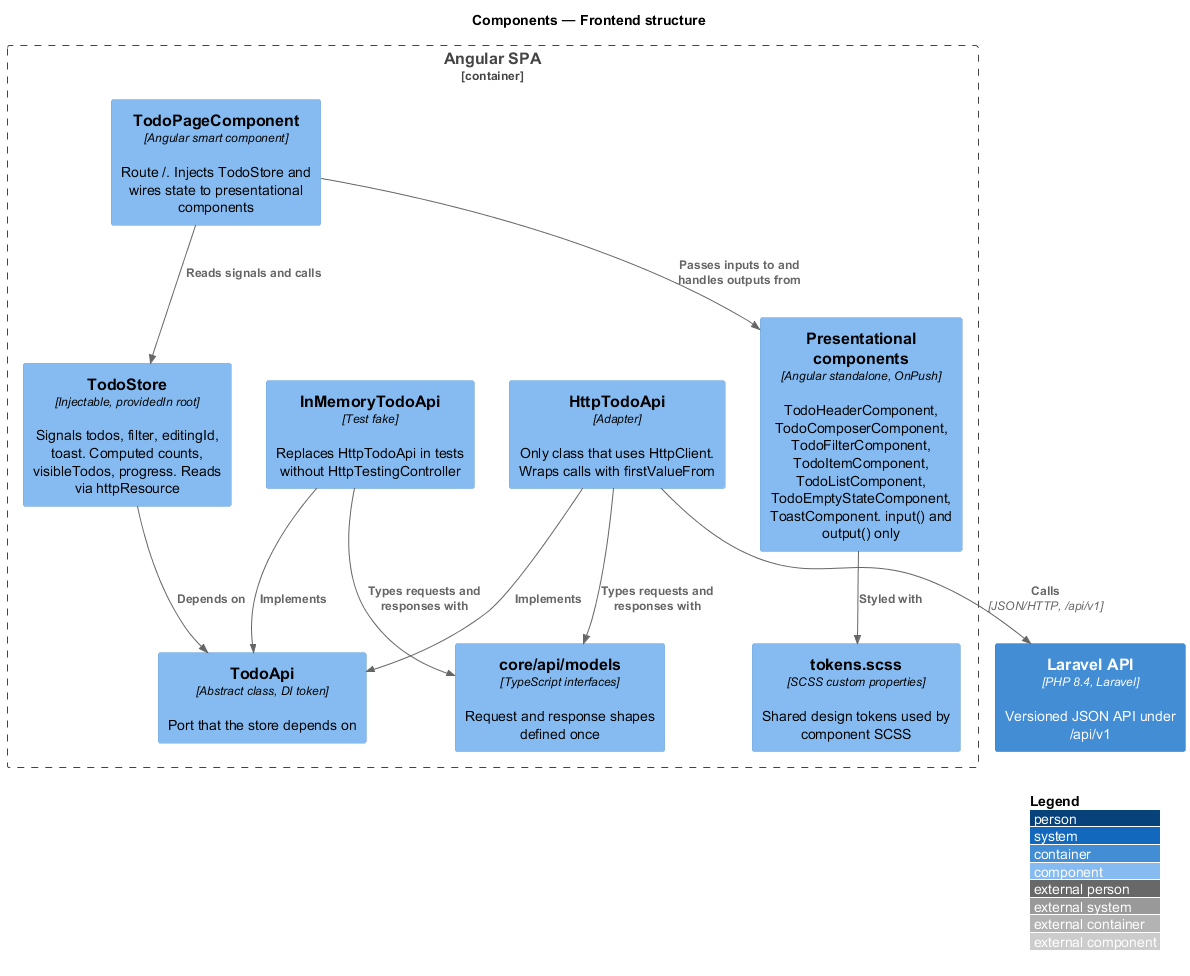
Earlier version of the PlantUML export docs/detailed-designs/architecture/frontend-structure/diagrams/c4-component.png (QuinntyneBrown/php-todo-lab).
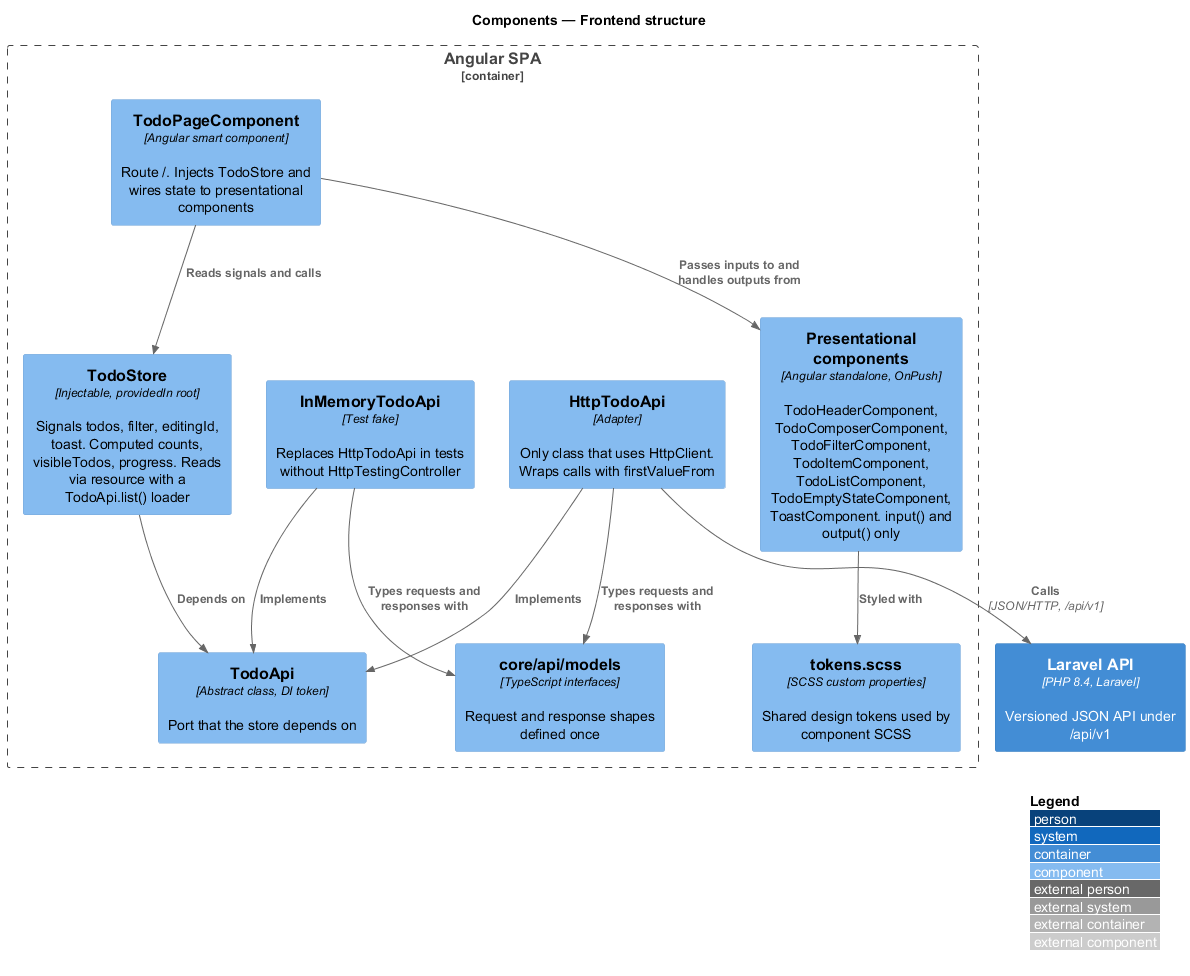
After the commit.

What changed in the source:
```diff
@@ -6,7 +6,7 @@
 Container_Boundary(spa, "Angular SPA") {
   Component(page, "TodoPageComponent", "Angular smart component", "Route /. Injects TodoStore and wires state to presentational components")
   Component(pres, "Presentational components", "Angular standalone, OnPush", "TodoHeaderComponent, TodoComposerComponent, TodoFilterComponent, TodoItemComponent, TodoListComponent, TodoEmptyStateComponent, ToastComponent. input() and output() only")
-  Component(store, "TodoStore", "Injectable, providedIn root", "Signals todos, filter, editingId, toast. Computed counts, visibleTodos, progress. Reads via httpResource")
+  Component(store, "TodoStore", "Injectable, providedIn root", "Signals todos, filter, editingId, toast. Computed counts, visibleTodos, progress. Reads via resource with a TodoApi.list() loader")
   Component(port, "TodoApi", "Abstract class, DI token", "Port that the store depends on")
   Component(http, "HttpTodoApi", "Adapter", "Only class that uses HttpClient. Wraps calls with firstValueFrom")
   Component(fake, "InMemoryTodoApi", "Test fake", "Replaces HttpTodoApi in tests without HttpTestingController")
```
